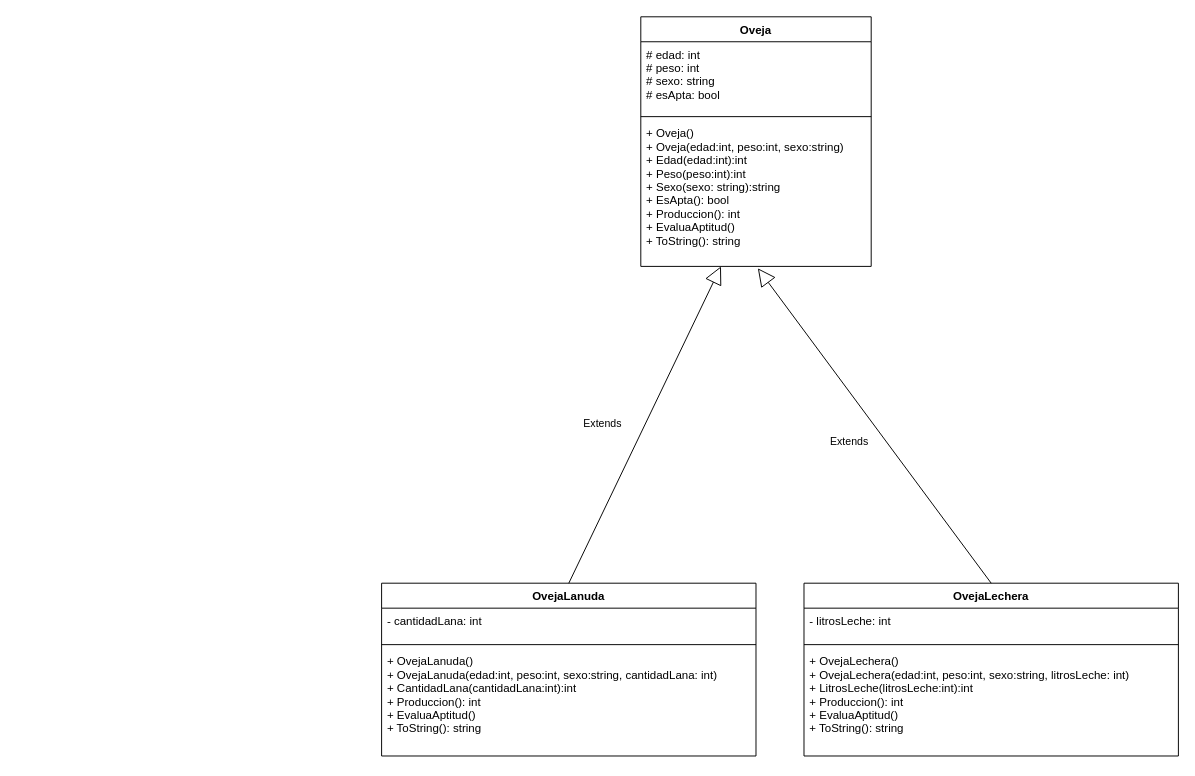
Earlier version of the draw.io diagram ComercioOvejas/ComercioOvejas/Diagramas/ComercioOvejas_UML_DiagramaClases.drawio (jdrodas/Csharp_pdoo). Source tidied: cells renumbered, new cells numbered last; positions are measured from the earlier drawing's top-left corner, leaving out a move shared by most shapes. Both pictures are drawn from the tidied source at 96%, with x=0, y=0 at pixel (381, 16).
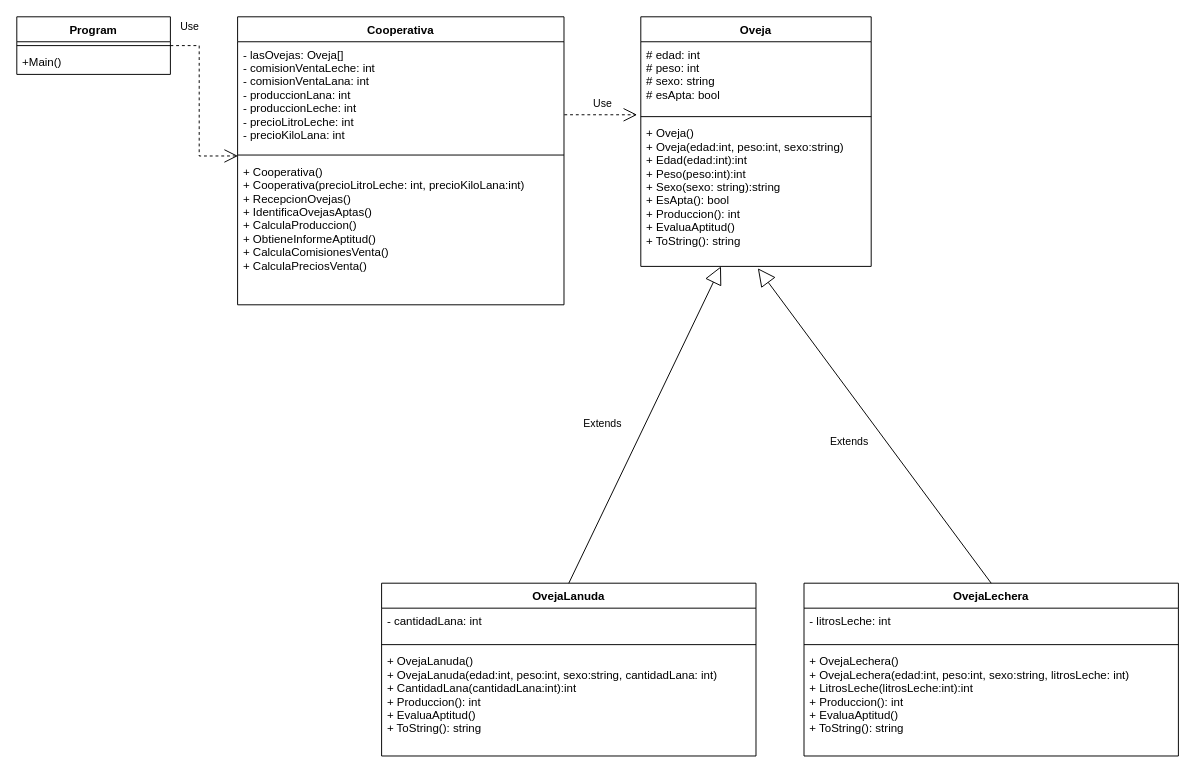
The same diagram, later.

Commit message (it also covers changes not shown here):
Redistribución de responsabilidades para la clase Cooperativa

Unchanged cells that the change refers to:
```xml
<mxCell id="3" value="# edad: int&#10;# peso: int&#10;# sexo: string&#10;# esApta: bool" style="text;strokeColor=none;fillColor=none;align=left;verticalAlign=top;spacingLeft=4;spacingRight=4;overflow=hidden;points=[[0,0.5],[1,0.5]];portConstraint=eastwest;" parent="2" vertex="1">
  <mxGeometry y="26" width="240" height="74" as="geometry" />
</mxCell>
```

Diff of the diagram source:
```diff
@@
+    <mxCell id="16" value="Cooperativa" style="swimlane;fontStyle=1;align=center;verticalAlign=top;horizontal=1;startSize=26;" parent="1" vertex="1">
+      <mxGeometry x="-150" width="340" height="300" as="geometry" />
+    </mxCell>
+    <mxCell id="17" value="- lasOvejas: Oveja[]&#10;- comisionVentaLeche: int&#10;- comisionVentaLana: int&#10;- produccionLana: int&#10;- produccionLeche: int&#10;- precioLitroLeche: int&#10;- precioKiloLana: int" style="text;strokeColor=none;fillColor=none;align=left;verticalAlign=top;spacingLeft=4;spacingRight=4;overflow=hidden;points=[[0,0.5],[1,0.5]];portConstraint=eastwest;" parent="16" vertex="1">
+      <mxGeometry y="26" width="340" height="114" as="geometry" />
+    </mxCell>
+    <mxCell id="18" style="line;strokeWidth=1;fillColor=none;align=left;verticalAlign=middle;spacingTop=-1;spacingLeft=3;spacingRight=3;labelPosition=right;" parent="16" vertex="1">
+      <mxGeometry y="140" width="340" height="8" as="geometry" />
+    </mxCell>
+    <mxCell id="19" value="+ Cooperativa()&#10;+ Cooperativa(precioLitroLeche: int, precioKiloLana:int)&#10;+ RecepcionOvejas()&#10;+ IdentificaOvejasAptas()&#10;+ CalculaProduccion()&#10;+ ObtieneInformeAptitud()&#10;+ CalculaComisionesVenta()&#10;+ CalculaPreciosVenta()" style="text;strokeColor=none;fillColor=none;align=left;verticalAlign=top;spacingLeft=4;spacingRight=4;overflow=hidden;points=[[0,0.5],[1,0.5]];portConstraint=eastwest;" parent="16" vertex="1">
+      <mxGeometry y="148" width="340" height="152" as="geometry" />
+    </mxCell>
+    <mxCell id="20" value="Program" style="swimlane;fontStyle=1;align=center;verticalAlign=top;horizontal=1;startSize=26;" parent="1" vertex="1">
+      <mxGeometry x="-380" width="160" height="60" as="geometry" />
+    </mxCell>
+    <mxCell id="21" style="line;strokeWidth=1;fillColor=none;align=left;verticalAlign=middle;spacingTop=-1;spacingLeft=3;spacingRight=3;labelPosition=right;" parent="20" vertex="1">
+      <mxGeometry y="26" width="160" height="8" as="geometry" />
+    </mxCell>
+    <mxCell id="22" value="+Main()" style="text;strokeColor=none;fillColor=none;align=left;verticalAlign=top;spacingLeft=4;spacingRight=4;overflow=hidden;" parent="20" vertex="1">
+      <mxGeometry y="34" width="160" height="26" as="geometry" />
+    </mxCell>
+    <mxCell id="23" value="Use" style="endArrow=open;endSize=12;dashed=1;html=1;rounded=0;entryX=0.001;entryY=-0.02;entryDx=0;entryDy=0;entryPerimeter=0;exitX=1;exitY=0.5;exitDx=0;exitDy=0;" parent="1" edge="1" source="20" target="19">
+      <mxGeometry x="-0.78" y="20" relative="1" as="geometry">
+        <Array as="points">
+          <mxPoint x="-190" y="30" />
+          <mxPoint x="-190" y="145" />
+        </Array>
+      </mxGeometry>
+    </mxCell>
+    <mxCell id="24" value="Use" style="endArrow=open;endSize=12;dashed=1;html=1;rounded=0;entryX=-0.016;entryY=1.028;entryDx=0;entryDy=0;entryPerimeter=0;exitX=1.001;exitY=0.667;exitDx=0;exitDy=0;exitPerimeter=0;" parent="1" edge="1" source="17" target="3">
+      <mxGeometry x="0.05" y="12" relative="1" as="geometry" />
+    </mxCell>
```
